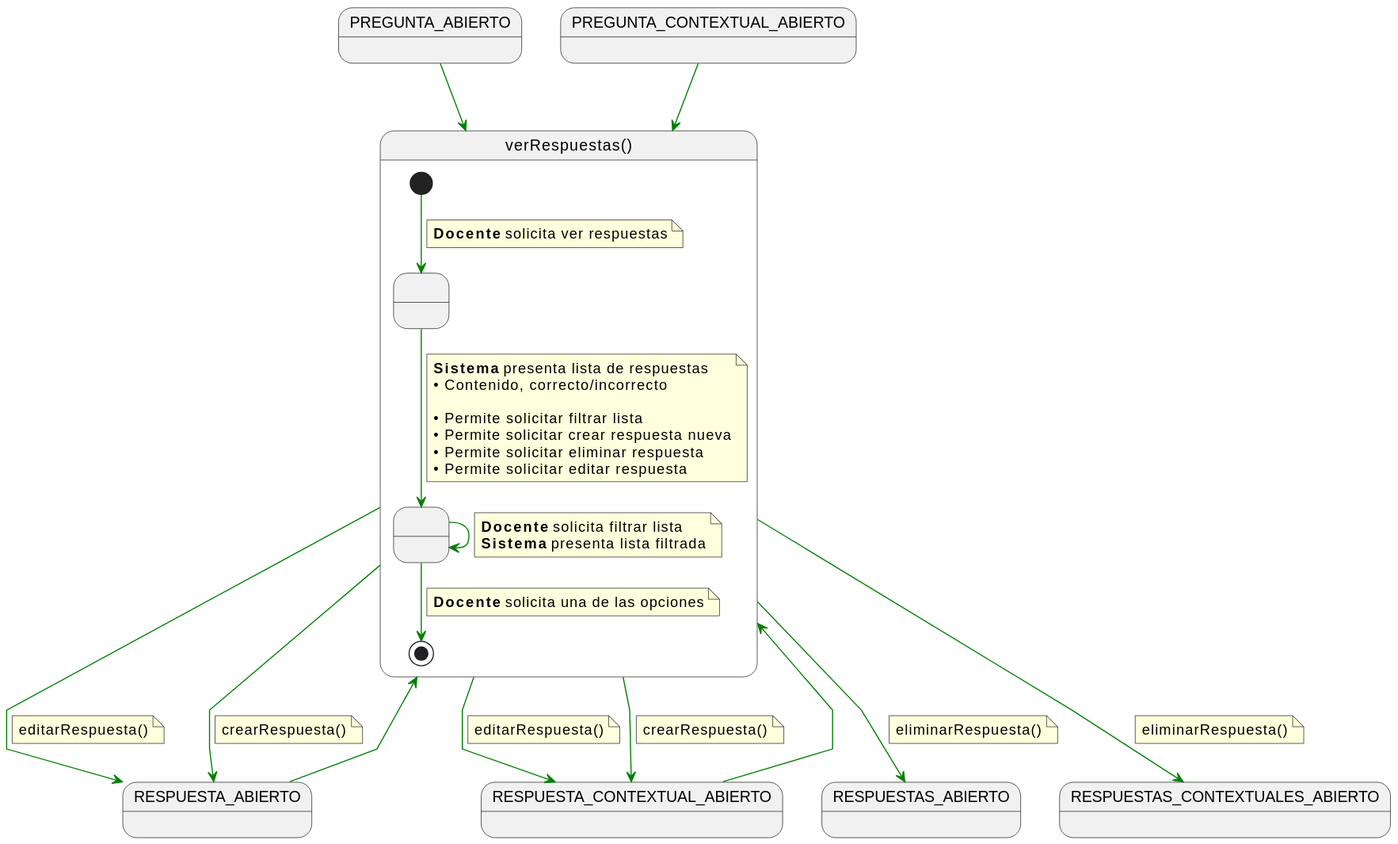
The PlantUML diagram documents/casos-de-uso/detalladoCasosDeUso/verRespuestas/verRespuestas.svg in martinlopez7/25-26-IdSw1-SdR, before a commit.
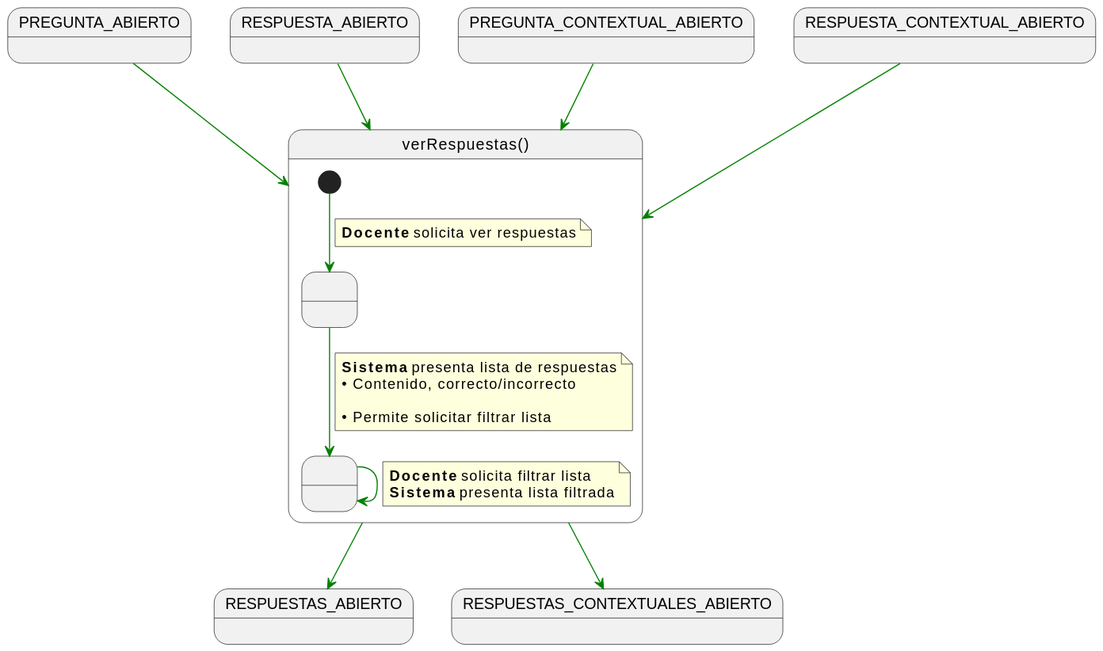
After the commit.

The edit, as a diff of the source:
```diff
@@ -17,20 +17,12 @@
     • Contenido, correcto/incorrecto
 
     • Permite solicitar filtrar lista
-    • Permite solicitar crear respuesta nueva
-    • Permite solicitar eliminar respuesta
-    • Permite solicitar editar respuesta
     end note
 
     FiltrandoRespuestas -[#green]-> FiltrandoRespuestas
     note on link
     <b>Docente</b> solicita filtrar lista
     <b>Sistema</b> presenta lista filtrada
-    end note
-
-    FiltrandoRespuestas -[#green]-> [*]
-    note on link
-    <b>Docente</b> solicita una de las opciones
     end note
 }
 
@@ -39,33 +31,7 @@
 PREGUNTA_CONTEXTUAL_ABIERTO -[#green]-> verRespuestas
 RESPUESTA_CONTEXTUAL_ABIERTO -[#green]-> verRespuestas
 
-verRespuestas -[#green]-> RESPUESTA_ABIERTO
-note on link
-editarRespuesta()
-end note
-
-verRespuestas -[#green]-> RESPUESTA_CONTEXTUAL_ABIERTO
-note on link
-editarRespuesta()
-end note
-
-verRespuestas -[#green]-> RESPUESTA_ABIERTO
-note on link
-crearRespuesta()
-end note
-
-verRespuestas -[#green]-> RESPUESTA_CONTEXTUAL_ABIERTO
-note on link
-crearRespuesta()
-end note
-
 verRespuestas -[#green]-> RESPUESTAS_ABIERTO
-note on link
-eliminarRespuesta()
-end note
 
 verRespuestas -[#green]-> RESPUESTAS_CONTEXTUALES_ABIERTO
-note on link
-eliminarRespuesta()
-end note
 @enduml
```
